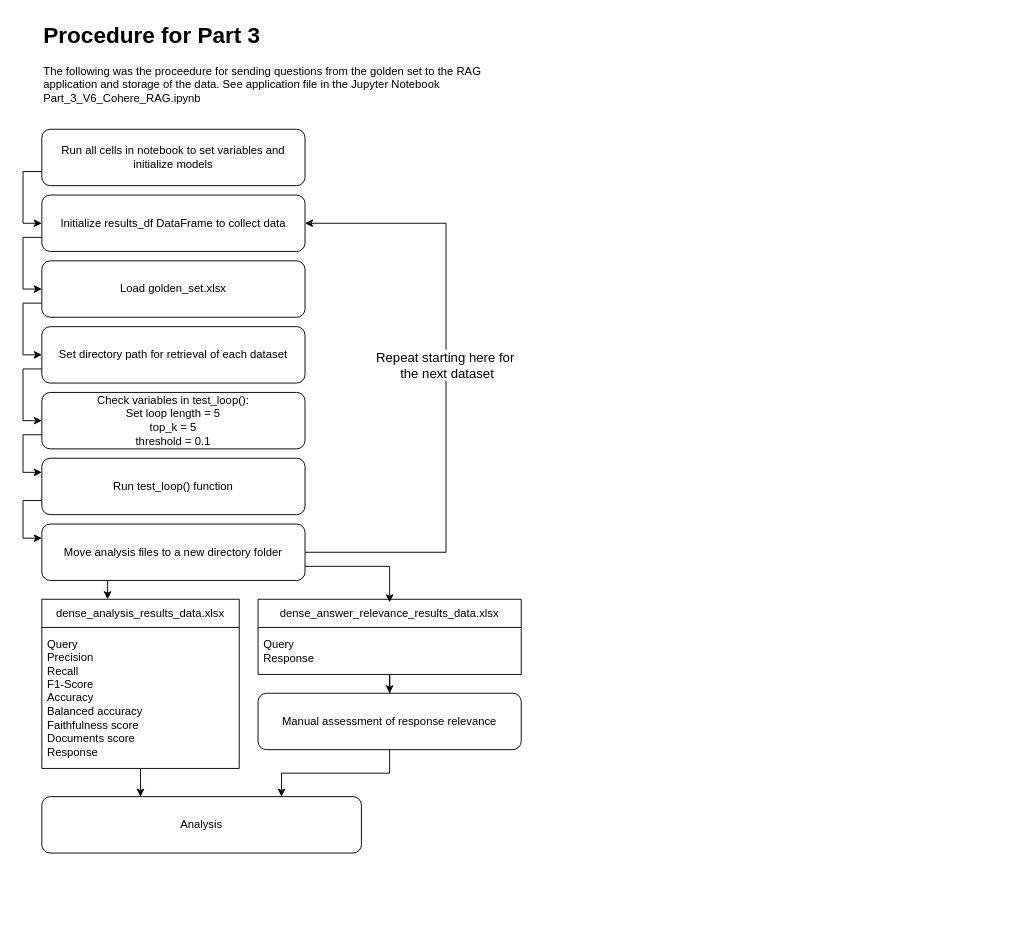
Above: diagrams/Part_3_test_proceedure.drawio in poppy-nicolette/Dissertation (draw.io), before the change. Source tidied: cells renumbered, new cells numbered last; positions are measured from the earlier drawing's top-left corner, leaving out a move shared by most shapes. Both pictures are drawn from the tidied source at 94%, with x=0, y=0 at pixel (41, 16).
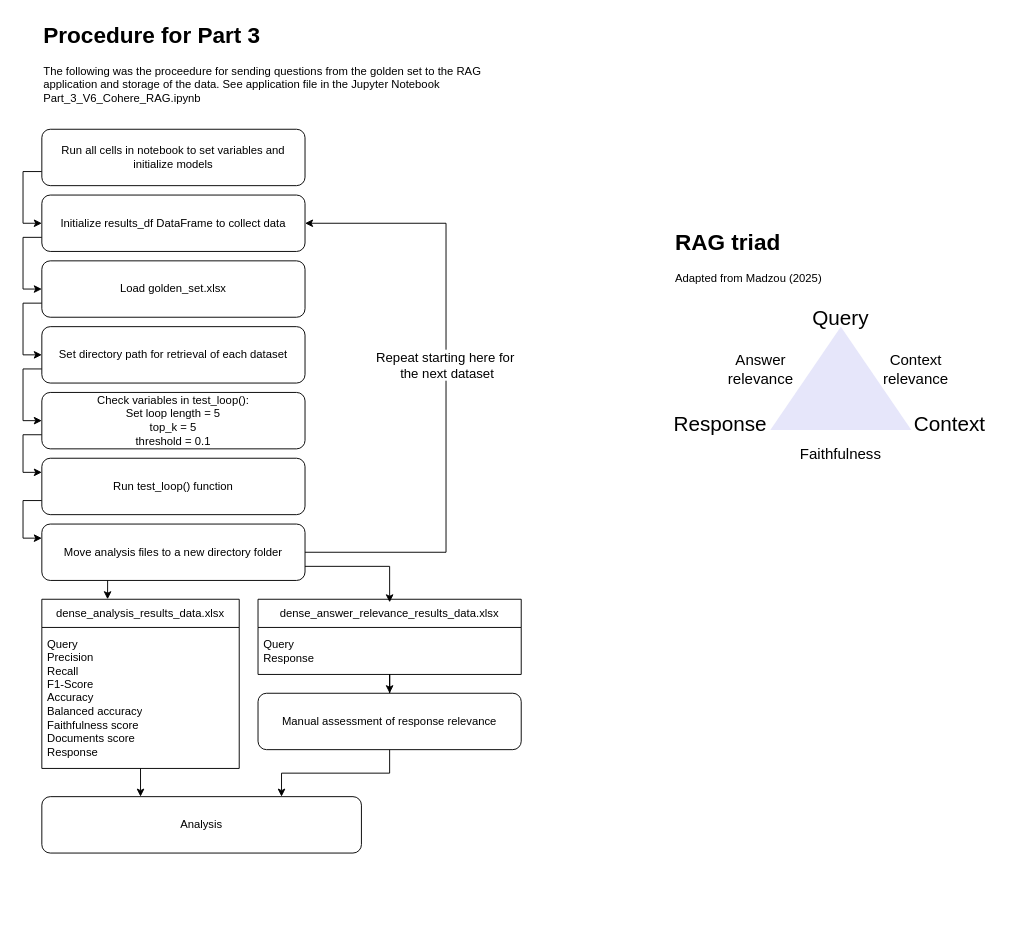
Above is the later version.

What changed in the source:
```diff
@@
+    <mxCell id="30" style="group;" parent="1" vertex="1">
+      <mxGeometry x="672" y="220" width="344" height="260" as="geometry" />
+    </mxCell>
+    <mxCell id="31" style="triangle;whiteSpace=wrap;html=1;rotation=-90;strokeColor=none;fillColor=#E6E6FA;" parent="30" vertex="1">
+      <mxGeometry x="123" y="90" width="110" height="150" as="geometry" />
+    </mxCell>
+    <mxCell id="32" value="&lt;h1 style=&quot;margin-top: 0px;&quot;&gt;RAG triad&lt;/h1&gt;&lt;p&gt;Adapted from Madzou (2025)&amp;nbsp;&lt;/p&gt;" style="text;html=1;whiteSpace=wrap;overflow=hidden;rounded=0;" parent="30" vertex="1">
+      <mxGeometry width="180" height="120" as="geometry" />
+    </mxCell>
+    <mxCell id="33" value="&lt;font style=&quot;font-size: 22px;&quot;&gt;Query&lt;/font&gt;" style="text;html=1;align=center;verticalAlign=middle;whiteSpace=wrap;rounded=0;" parent="30" vertex="1">
+      <mxGeometry x="128" y="77" width="100" height="50" as="geometry" />
+    </mxCell>
+    <mxCell id="34" value="&lt;font style=&quot;font-size: 22px;&quot;&gt;Context&lt;/font&gt;" style="text;html=1;align=center;verticalAlign=middle;whiteSpace=wrap;rounded=0;" parent="30" vertex="1">
+      <mxGeometry x="244" y="190" width="100" height="50" as="geometry" />
+    </mxCell>
+    <mxCell id="35" value="&lt;font style=&quot;font-size: 22px;&quot;&gt;Response&lt;/font&gt;" style="text;html=1;align=center;verticalAlign=middle;whiteSpace=wrap;rounded=0;" parent="30" vertex="1">
+      <mxGeometry y="190" width="100" height="50" as="geometry" />
+    </mxCell>
+    <mxCell id="36" value="Answer relevance" style="text;html=1;align=center;verticalAlign=middle;whiteSpace=wrap;rounded=0;fontSize=16;fontStyle=0;" parent="30" vertex="1">
+      <mxGeometry x="63" y="140" width="60" height="30" as="geometry" />
+    </mxCell>
+    <mxCell id="37" value="Faithfulness" style="text;html=1;align=center;verticalAlign=middle;whiteSpace=wrap;rounded=0;fontSize=16;fontStyle=0;" parent="30" vertex="1">
+      <mxGeometry x="148" y="230" width="60" height="30" as="geometry" />
+    </mxCell>
+    <mxCell id="38" value="Context relevance" style="text;html=1;align=center;verticalAlign=middle;whiteSpace=wrap;rounded=0;fontSize=16;fontStyle=0;" parent="30" vertex="1">
+      <mxGeometry x="228" y="140" width="60" height="30" as="geometry" />
+    </mxCell>
```
